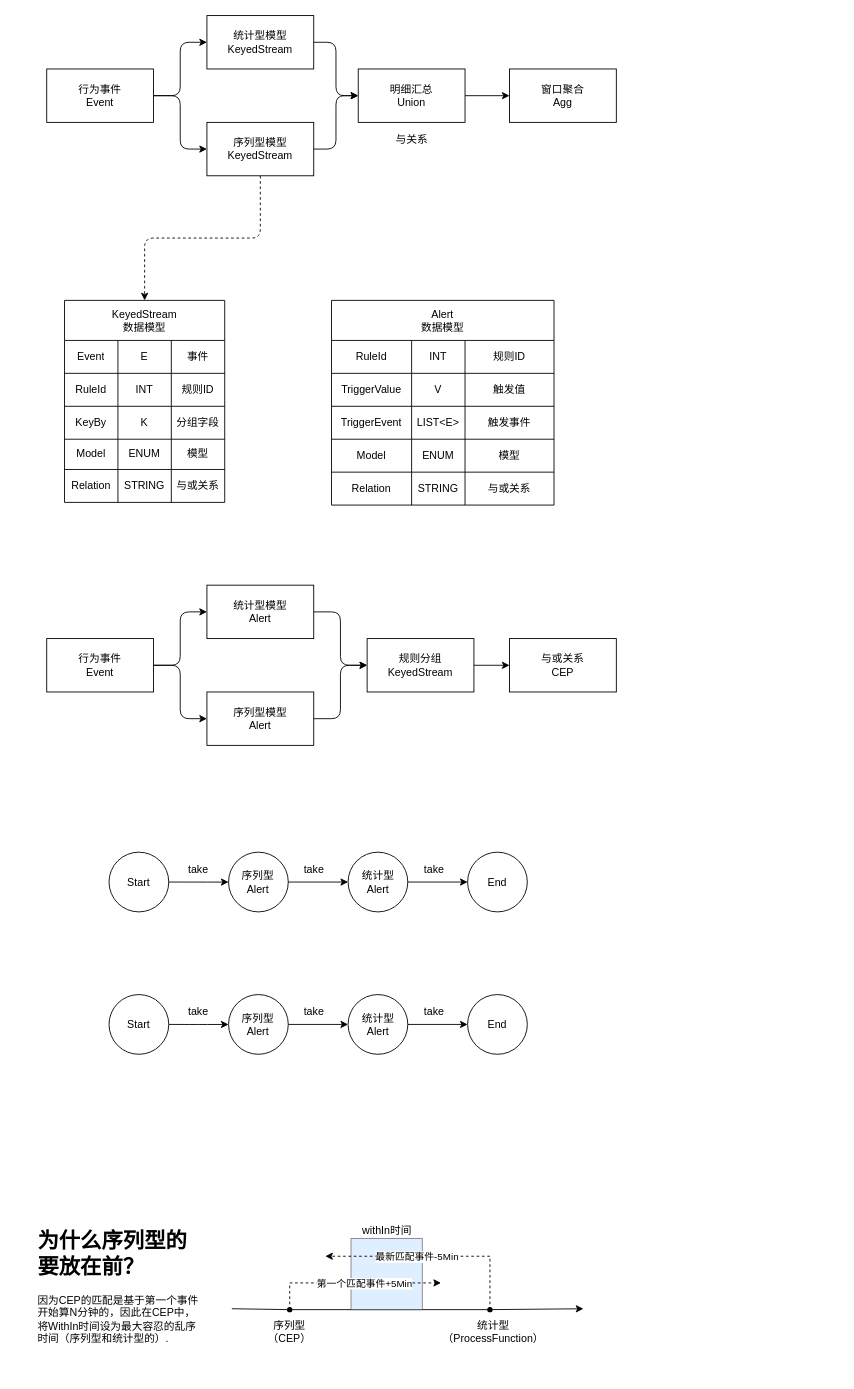
Above: cep.drawio in pengmide/draw (draw.io), before the change. Source tidied: cells renumbered, new cells numbered last; positions are measured from the earlier drawing's top-left corner, leaving out a move shared by most shapes. Both pictures are drawn from the tidied source at 89%, with x=0, y=0 at pixel (33, 15).
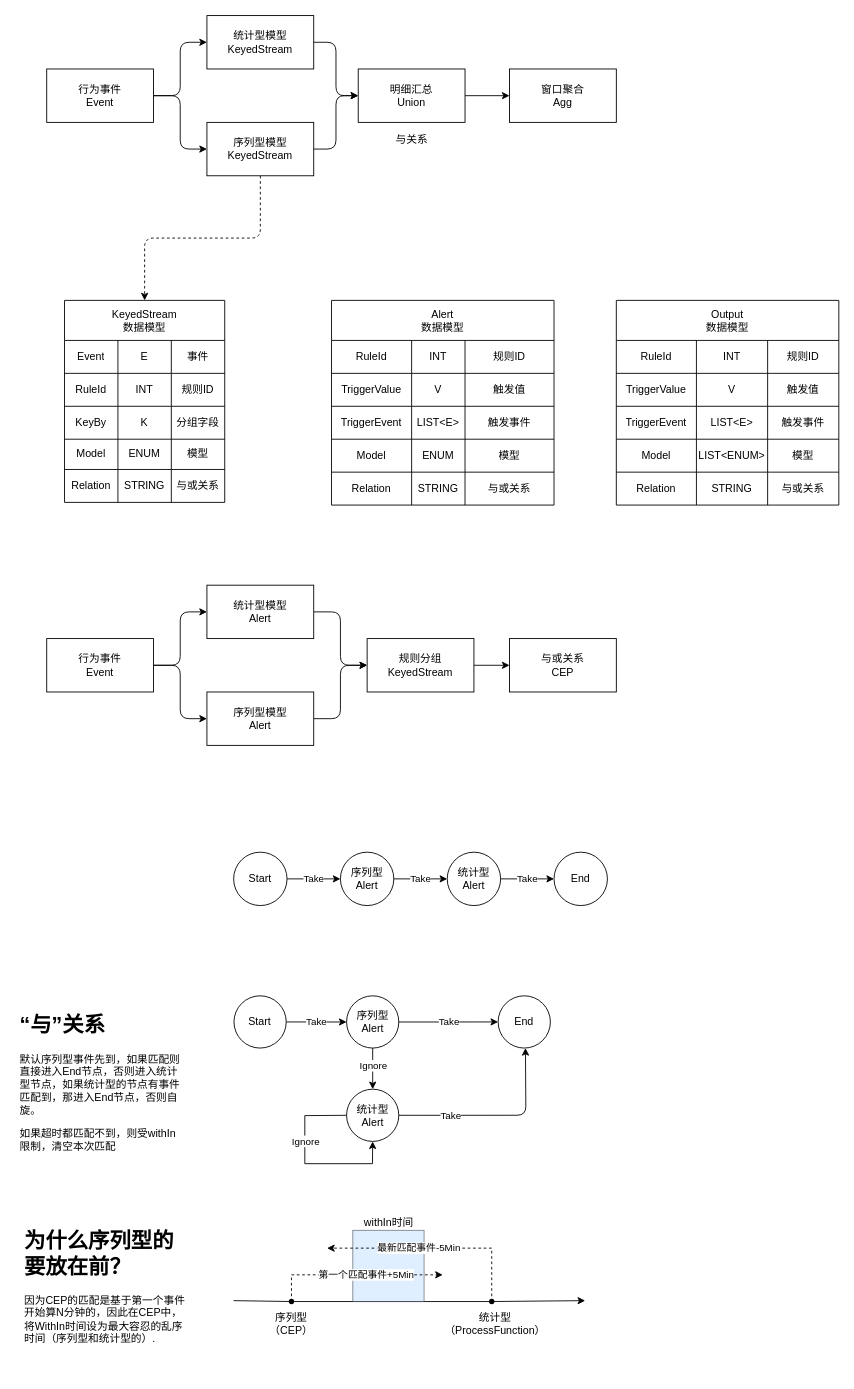
Above is the later version.

What changed in the source:
```diff
@@
-    <mxCell id="66" value="序列型&lt;br&gt;Alert" style="ellipse;whiteSpace=wrap;html=1;rounded=0;shadow=0;comic=0;sketch=0;startSize=0;fillColor=default;gradientColor=none;" parent="1" vertex="1">
-      <mxGeometry x="219.3" y="940" width="67.1" height="67.1" as="geometry" />
-    </mxCell>
-    <mxCell id="67" style="edgeStyle=orthogonalEdgeStyle;curved=0;rounded=1;sketch=0;jettySize=auto;html=1;exitX=1;exitY=0.5;exitDx=0;exitDy=0;" parent="1" edge="1" source="68" target="66">
-      <mxGeometry relative="1" as="geometry" />
-    </mxCell>
-    <mxCell id="68" value="Start" style="ellipse;whiteSpace=wrap;html=1;rounded=0;shadow=0;comic=0;sketch=0;startSize=0;fillColor=default;gradientColor=none;" parent="1" vertex="1">
-      <mxGeometry x="85" y="940" width="67.1" height="67.1" as="geometry" />
-    </mxCell>
-    <mxCell id="69" value="统计型&lt;br&gt;Alert" style="ellipse;whiteSpace=wrap;html=1;rounded=0;shadow=0;comic=0;sketch=0;startSize=0;fillColor=default;gradientColor=none;" parent="1" vertex="1">
-      <mxGeometry x="353.6" y="940" width="67.1" height="67.1" as="geometry" />
-    </mxCell>
-    <mxCell id="70" style="edgeStyle=orthogonalEdgeStyle;curved=0;rounded=1;sketch=0;jettySize=auto;html=1;" parent="1" edge="1" source="66" target="69">
-      <mxGeometry relative="1" as="geometry" />
-    </mxCell>
-    <mxCell id="71" value="End" style="ellipse;whiteSpace=wrap;html=1;rounded=0;shadow=0;comic=0;sketch=0;startSize=0;fillColor=default;gradientColor=none;" parent="1" vertex="1">
-      <mxGeometry x="487.9" y="940" width="67.1" height="67.1" as="geometry" />
-    </mxCell>
-    <mxCell id="72" style="edgeStyle=orthogonalEdgeStyle;curved=0;rounded=1;sketch=0;jettySize=auto;html=1;" parent="1" edge="1" source="69" target="71">
-      <mxGeometry relative="1" as="geometry" />
-    </mxCell>
-    <mxCell id="73" value="take" style="text;html=1;align=center;verticalAlign=middle;strokeColor=none;fillColor=none;" parent="1" vertex="1">
-      <mxGeometry x="165" y="950" width="40" height="20" as="geometry" />
-    </mxCell>
@@
-    <mxCell id="75" value="take" style="text;html=1;align=center;verticalAlign=middle;strokeColor=none;fillColor=none;" parent="1" vertex="1">
-      <mxGeometry x="295" y="950" width="40" height="20" as="geometry" />
-    </mxCell>
-    <mxCell id="76" value="take" style="text;html=1;align=center;verticalAlign=middle;strokeColor=none;fillColor=none;" parent="1" vertex="1">
-      <mxGeometry x="430" y="950" width="40" height="20" as="geometry" />
-    </mxCell>
     <mxCell id="77" style="group;" parent="1" vertex="1">
-      <mxGeometry y="1356" width="618" height="170.1" as="geometry" />
+      <mxGeometry x="-15" y="1356" width="618" height="170.1" as="geometry" />
     </mxCell>
@@
     <mxCell id="79" style="group;" parent="77" vertex="1">
-      <mxGeometry x="223" width="395" height="170.1" as="geometry" />
+      <mxGeometry x="240" y="-9.1" width="395" height="170.1" as="geometry" />
     </mxCell>
@@
+    <mxCell id="106" value="Output&#10;数据模型" style="shape=table;startSize=45;childLayout=tableLayout;rounded=0;shadow=0;comic=0;sketch=0;fillColor=default;gradientColor=none;" parent="1" vertex="1">
+      <mxGeometry x="655" y="320" width="250" height="230" as="geometry" />
+    </mxCell>
+    <mxCell id="107" style="shape=tableRow;horizontal=0;startSize=0;swimlaneHead=0;swimlaneBody=0;top=0;left=0;bottom=0;right=0;fillColor=none;rounded=0;shadow=0;comic=0;sketch=0;" parent="106" vertex="1">
+      <mxGeometry y="45" width="250" height="37" as="geometry" />
+    </mxCell>
+    <mxCell id="108" value="RuleId" style="shape=partialRectangle;html=1;whiteSpace=wrap;overflow=hidden;fillColor=none;top=0;left=0;bottom=0;right=0;rounded=0;shadow=0;comic=0;sketch=0;startSize=0;" parent="107" vertex="1">
+      <mxGeometry width="90" height="37" as="geometry" />
+    </mxCell>
+    <mxCell id="109" value="INT" style="shape=partialRectangle;html=1;whiteSpace=wrap;overflow=hidden;fillColor=none;top=0;left=0;bottom=0;right=0;rounded=0;shadow=0;comic=0;sketch=0;startSize=0;" parent="107" vertex="1">
+      <mxGeometry x="90" width="80" height="37" as="geometry" />
+    </mxCell>
+    <mxCell id="110" value="规则ID" style="shape=partialRectangle;html=1;whiteSpace=wrap;overflow=hidden;fillColor=none;top=0;left=0;bottom=0;right=0;rounded=0;shadow=0;comic=0;sketch=0;startSize=0;" parent="107" vertex="1">
+      <mxGeometry x="170" width="80" height="37" as="geometry" />
+    </mxCell>
+    <mxCell id="111" style="shape=tableRow;horizontal=0;startSize=0;swimlaneHead=0;swimlaneBody=0;top=0;left=0;bottom=0;right=0;fillColor=none;rounded=0;shadow=0;comic=0;sketch=0;" parent="106" vertex="1">
+      <mxGeometry y="82" width="250" height="37" as="geometry" />
+    </mxCell>
+    <mxCell id="112" value="TriggerValue" style="shape=partialRectangle;html=1;whiteSpace=wrap;overflow=hidden;fillColor=none;top=0;left=0;bottom=0;right=0;rounded=0;shadow=0;comic=0;sketch=0;startSize=0;" parent="111" vertex="1">
+      <mxGeometry width="90" height="37" as="geometry" />
+    </mxCell>
+    <mxCell id="113" value="V" style="shape=partialRectangle;html=1;whiteSpace=wrap;overflow=hidden;fillColor=none;top=0;left=0;bottom=0;right=0;rounded=0;shadow=0;comic=0;sketch=0;startSize=0;" parent="111" vertex="1">
+      <mxGeometry x="90" width="80" height="37" as="geometry" />
+    </mxCell>
+    <mxCell id="114" value="触发值" style="shape=partialRectangle;html=1;whiteSpace=wrap;overflow=hidden;fillColor=none;top=0;left=0;bottom=0;right=0;rounded=0;shadow=0;comic=0;sketch=0;startSize=0;" parent="111" vertex="1">
+      <mxGeometry x="170" width="80" height="37" as="geometry" />
+    </mxCell>
+    <mxCell id="115" style="shape=tableRow;horizontal=0;startSize=0;swimlaneHead=0;swimlaneBody=0;top=0;left=0;bottom=0;right=0;fillColor=none;rounded=0;shadow=0;comic=0;sketch=0;" parent="106" vertex="1">
+      <mxGeometry y="119" width="250" height="37" as="geometry" />
+    </mxCell>
+    <mxCell id="116" value="TriggerEvent" style="shape=partialRectangle;html=1;whiteSpace=wrap;overflow=hidden;fillColor=none;top=0;left=0;bottom=0;right=0;rounded=0;shadow=0;comic=0;sketch=0;startSize=0;" parent="115" vertex="1">
+      <mxGeometry width="90" height="37" as="geometry" />
+    </mxCell>
+    <mxCell id="117" value="LIST&amp;lt;E&amp;gt;" style="shape=partialRectangle;html=1;whiteSpace=wrap;overflow=hidden;fillColor=none;top=0;left=0;bottom=0;right=0;rounded=0;shadow=0;comic=0;sketch=0;startSize=0;" parent="115" vertex="1">
+      <mxGeometry x="90" width="80" height="37" as="geometry" />
+    </mxCell>
+    <mxCell id="118" value="触发事件" style="shape=partialRectangle;html=1;whiteSpace=wrap;overflow=hidden;fillColor=none;top=0;left=0;bottom=0;right=0;rounded=0;shadow=0;comic=0;sketch=0;startSize=0;" parent="115" vertex="1">
+      <mxGeometry x="170" width="80" height="37" as="geometry" />
+    </mxCell>
+    <mxCell id="119" style="shape=tableRow;horizontal=0;startSize=0;swimlaneHead=0;swimlaneBody=0;top=0;left=0;bottom=0;right=0;fillColor=none;rounded=0;shadow=0;comic=0;sketch=0;" parent="106" vertex="1">
+      <mxGeometry y="156" width="250" height="37" as="geometry" />
+    </mxCell>
+    <mxCell id="120" value="&lt;span&gt;Model&lt;/span&gt;" style="shape=partialRectangle;html=1;whiteSpace=wrap;overflow=hidden;fillColor=none;top=0;left=0;bottom=0;right=0;rounded=0;shadow=0;comic=0;sketch=0;startSize=0;" parent="119" vertex="1">
+      <mxGeometry width="90" height="37" as="geometry" />
+    </mxCell>
+    <mxCell id="121" value="&lt;span&gt;LIST&amp;lt;ENUM&amp;gt;&lt;/span&gt;" style="shape=partialRectangle;html=1;whiteSpace=wrap;overflow=hidden;fillColor=none;top=0;left=0;bottom=0;right=0;rounded=0;shadow=0;comic=0;sketch=0;startSize=0;" parent="119" vertex="1">
+      <mxGeometry x="90" width="80" height="37" as="geometry" />
+    </mxCell>
+    <mxCell id="122" value="&lt;span&gt;模型&lt;/span&gt;" style="shape=partialRectangle;html=1;whiteSpace=wrap;overflow=hidden;fillColor=none;top=0;left=0;bottom=0;right=0;rounded=0;shadow=0;comic=0;sketch=0;startSize=0;" parent="119" vertex="1">
+      <mxGeometry x="170" width="80" height="37" as="geometry" />
+    </mxCell>
+    <mxCell id="123" style="shape=tableRow;horizontal=0;startSize=0;swimlaneHead=0;swimlaneBody=0;top=0;left=0;bottom=0;right=0;fillColor=none;rounded=0;shadow=0;comic=0;sketch=0;" parent="106" vertex="1">
+      <mxGeometry y="193" width="250" height="37" as="geometry" />
+    </mxCell>
+    <mxCell id="124" value="&lt;span&gt;Relation&lt;/span&gt;" style="shape=partialRectangle;html=1;whiteSpace=wrap;overflow=hidden;fillColor=none;top=0;left=0;bottom=0;right=0;rounded=0;shadow=0;comic=0;sketch=0;startSize=0;" parent="123" vertex="1">
+      <mxGeometry width="90" height="37" as="geometry" />
+    </mxCell>
+    <mxCell id="125" value="&lt;span&gt;STRING&lt;/span&gt;" style="shape=partialRectangle;html=1;whiteSpace=wrap;overflow=hidden;fillColor=none;top=0;left=0;bottom=0;right=0;rounded=0;shadow=0;comic=0;sketch=0;startSize=0;" parent="123" vertex="1">
+      <mxGeometry x="90" width="80" height="37" as="geometry" />
+    </mxCell>
+    <mxCell id="126" value="&lt;span&gt;与或关系&lt;/span&gt;" style="shape=partialRectangle;html=1;whiteSpace=wrap;overflow=hidden;fillColor=none;top=0;left=0;bottom=0;right=0;rounded=0;shadow=0;comic=0;sketch=0;startSize=0;" parent="123" vertex="1">
+      <mxGeometry x="170" width="80" height="37" as="geometry" />
+    </mxCell>
+    <mxCell id="127" value="&lt;h1&gt;“与”关系&lt;/h1&gt;&lt;p&gt;默认序列型事件先到，如果匹配则直接进入End节点，否则进入统计型节点，如果统计型的节点有事件匹配到，那进入End节点，否则自旋。&lt;/p&gt;&lt;p&gt;&lt;span&gt;如果超时都匹配不到，则受withIn限制，清空本次匹配&lt;/span&gt;&lt;/p&gt;" style="text;html=1;strokeColor=none;fillColor=none;spacing=5;spacingTop=-20;whiteSpace=wrap;overflow=hidden;rounded=0;opacity=60;" parent="1" vertex="1">
+      <mxGeometry x="-20" y="1115" width="190" height="165" as="geometry" />
+    </mxCell>
+    <mxCell id="128" style="group;" parent="1" vertex="1">
+      <mxGeometry x="225" y="940" width="420" height="60" as="geometry" />
+    </mxCell>
+    <mxCell id="66" value="序列型&lt;br&gt;Alert" style="ellipse;whiteSpace=wrap;html=1;rounded=0;shadow=0;comic=0;sketch=0;startSize=0;fillColor=default;gradientColor=none;" parent="128" vertex="1">
+      <mxGeometry x="120" width="60" height="60" as="geometry" />
+    </mxCell>
+    <mxCell id="67" value="Take" style="edgeStyle=orthogonalEdgeStyle;curved=0;rounded=1;sketch=0;jettySize=auto;html=1;exitX=1;exitY=0.5;exitDx=0;exitDy=0;" parent="128" edge="1" source="68" target="66">
+      <mxGeometry relative="1" as="geometry" />
+    </mxCell>
+    <mxCell id="68" value="Start" style="ellipse;whiteSpace=wrap;html=1;rounded=0;shadow=0;comic=0;sketch=0;startSize=0;fillColor=default;gradientColor=none;" parent="128" vertex="1">
+      <mxGeometry width="60" height="60" as="geometry" />
+    </mxCell>
+    <mxCell id="69" value="统计型&lt;br&gt;Alert" style="ellipse;whiteSpace=wrap;html=1;rounded=0;shadow=0;comic=0;sketch=0;startSize=0;fillColor=default;gradientColor=none;" parent="128" vertex="1">
+      <mxGeometry x="240" width="60" height="60" as="geometry" />
+    </mxCell>
+    <mxCell id="70" value="Take" style="edgeStyle=orthogonalEdgeStyle;curved=0;rounded=1;sketch=0;jettySize=auto;html=1;" parent="128" edge="1" source="66" target="69">
+      <mxGeometry relative="1" as="geometry" />
+    </mxCell>
+    <mxCell id="71" value="End" style="ellipse;whiteSpace=wrap;html=1;rounded=0;shadow=0;comic=0;sketch=0;startSize=0;fillColor=default;gradientColor=none;" parent="128" vertex="1">
+      <mxGeometry x="360" width="60" height="60" as="geometry" />
+    </mxCell>
+    <mxCell id="72" value="Take" style="edgeStyle=orthogonalEdgeStyle;curved=0;rounded=1;sketch=0;jettySize=auto;html=1;" parent="128" edge="1" source="69" target="71">
+      <mxGeometry relative="1" as="geometry" />
+    </mxCell>
     <mxCell id="96" value="序列型&lt;br&gt;Alert" style="ellipse;whiteSpace=wrap;html=1;rounded=0;shadow=0;comic=0;sketch=0;startSize=0;fillColor=default;gradientColor=none;" parent="1" vertex="1">
-      <mxGeometry x="219.3" y="1100" width="67.1" height="67.1" as="geometry" />
+      <mxGeometry x="351.9" y="1101.4" width="58.7" height="58.7" as="geometry" />
     </mxCell>
-    <mxCell id="97" style="edgeStyle=orthogonalEdgeStyle;curved=0;rounded=1;sketch=0;jettySize=auto;html=1;exitX=1;exitY=0.5;exitDx=0;exitDy=0;" parent="1" edge="1" source="98" target="96">
+    <mxCell id="97" value="Take" style="edgeStyle=orthogonalEdgeStyle;curved=0;rounded=1;sketch=0;jettySize=auto;html=1;exitX=1;exitY=0.5;exitDx=0;exitDy=0;" parent="1" edge="1" source="98" target="96">
       <mxGeometry relative="1" as="geometry" />
     </mxCell>
     <mxCell id="98" value="Start" style="ellipse;whiteSpace=wrap;html=1;rounded=0;shadow=0;comic=0;sketch=0;startSize=0;fillColor=default;gradientColor=none;" parent="1" vertex="1">
-      <mxGeometry x="85" y="1100" width="67.1" height="67.1" as="geometry" />
+      <mxGeometry x="225.4" y="1101.4" width="58.7" height="58.7" as="geometry" />
     </mxCell>
     <mxCell id="99" value="统计型&lt;br&gt;Alert" style="ellipse;whiteSpace=wrap;html=1;rounded=0;shadow=0;comic=0;sketch=0;startSize=0;fillColor=default;gradientColor=none;" parent="1" vertex="1">
-      <mxGeometry x="353.6" y="1100" width="67.1" height="67.1" as="geometry" />
+      <mxGeometry x="351.9" y="1206.3" width="58.7" height="58.7" as="geometry" />
     </mxCell>
+    <mxCell id="101" value="End" style="ellipse;whiteSpace=wrap;html=1;rounded=0;shadow=0;comic=0;sketch=0;startSize=0;fillColor=default;gradientColor=none;" parent="1" vertex="1">
+      <mxGeometry x="522.2" y="1101.4" width="58.7" height="58.7" as="geometry" />
+    </mxCell>
+    <mxCell id="129" value="Take" style="edgeStyle=orthogonalEdgeStyle;jettySize=auto;html=1;entryX=0;entryY=0.5;entryDx=0;entryDy=0;rounded=0;" parent="1" edge="1" source="96" target="101">
+      <mxGeometry relative="1" as="geometry" />
+    </mxCell>
+    <mxCell id="102" value="Take" style="edgeStyle=orthogonalEdgeStyle;curved=0;rounded=1;sketch=0;jettySize=auto;html=1;exitX=1;exitY=0.5;exitDx=0;exitDy=0;" parent="1" edge="1" source="99">
+      <mxGeometry x="-0.47" relative="1" as="geometry">
+        <mxPoint x="552.9" y="1160.1" as="targetPoint" />
+      </mxGeometry>
+    </mxCell>
-    <mxCell id="100" style="edgeStyle=orthogonalEdgeStyle;curved=0;rounded=1;sketch=0;jettySize=auto;html=1;" parent="1" edge="1" source="96" target="99">
+    <mxCell id="100" style="endArrow=classic;html=1;rounded=0;exitX=0.5;exitY=1;exitDx=0;exitDy=0;entryX=0.5;entryY=0;entryDx=0;entryDy=0;" parent="1" edge="1" source="96" target="99">
       <mxGeometry relative="1" as="geometry" />
     </mxCell>
-    <mxCell id="101" value="End" style="ellipse;whiteSpace=wrap;html=1;rounded=0;shadow=0;comic=0;sketch=0;startSize=0;fillColor=default;gradientColor=none;" parent="1" vertex="1">
-      <mxGeometry x="487.9" y="1100" width="67.1" height="67.1" as="geometry" />
-    </mxCell>
-    <mxCell id="102" style="edgeStyle=orthogonalEdgeStyle;curved=0;rounded=1;sketch=0;jettySize=auto;html=1;" parent="1" edge="1" source="99" target="101">
-      <mxGeometry relative="1" as="geometry" />
-    </mxCell>
-    <mxCell id="103" value="take" style="text;html=1;align=center;verticalAlign=middle;strokeColor=none;fillColor=none;" parent="1" vertex="1">
-      <mxGeometry x="165" y="1110" width="40" height="20" as="geometry" />
-    </mxCell>
-    <mxCell id="104" value="take" style="text;html=1;align=center;verticalAlign=middle;strokeColor=none;fillColor=none;" parent="1" vertex="1">
-      <mxGeometry x="295" y="1110" width="40" height="20" as="geometry" />
-    </mxCell>
-    <mxCell id="105" value="take" style="text;html=1;align=center;verticalAlign=middle;strokeColor=none;fillColor=none;" parent="1" vertex="1">
-      <mxGeometry x="430" y="1110" width="40" height="20" as="geometry" />
-    </mxCell>
+    <mxCell id="130" value="Ignore" style="edgeLabel;html=1;align=center;verticalAlign=middle;opacity=60;" parent="100" vertex="1">
+      <mxGeometry relative="1" as="geometry">
+        <mxPoint y="-4" as="offset" />
+      </mxGeometry>
+    </mxCell>
+    <mxCell id="131" style="endArrow=classic;html=1;rounded=0;exitX=0;exitY=0.5;exitDx=0;exitDy=0;entryX=0.5;entryY=1;entryDx=0;entryDy=0;" parent="1" edge="1" source="99" target="99">
+      <mxGeometry relative="1" as="geometry">
+        <Array as="points">
+          <mxPoint x="305" y="1236" />
+          <mxPoint x="305" y="1290" />
+          <mxPoint x="381" y="1290" />
+        </Array>
+      </mxGeometry>
+    </mxCell>
+    <mxCell id="132" value="Ignore" style="edgeLabel;html=1;align=center;verticalAlign=middle;opacity=60;" parent="131" vertex="1">
+      <mxGeometry relative="1" as="geometry">
+        <mxPoint y="-26" as="offset" />
+      </mxGeometry>
+    </mxCell>
```
